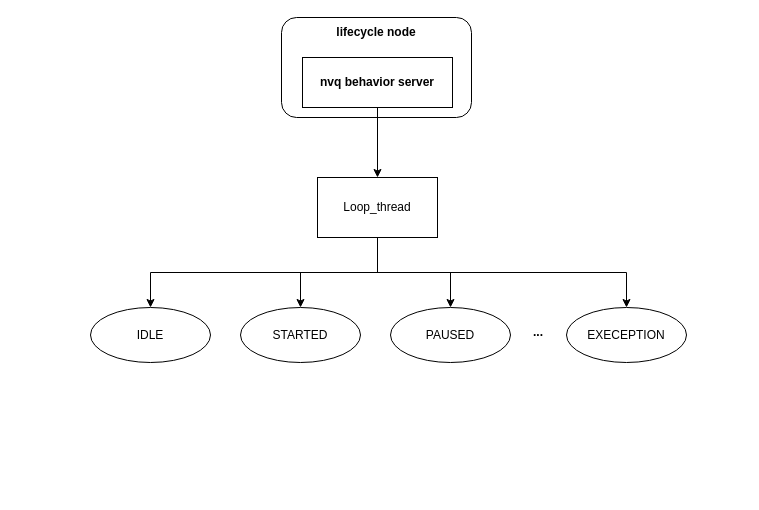
Jev0987/drawioFile keeps this draw.io diagram as page "第 3 页" (3 of 3) of nvq_task_manager架构图.drawio. Above is the earlier version. Source tidied: cells renumbered, new cells numbered last; positions are measured from the earlier drawing's top-left corner, leaving out a move shared by most shapes. Both pictures are drawn from the tidied source at 100%, with x=0, y=0 at pixel (90, 17).
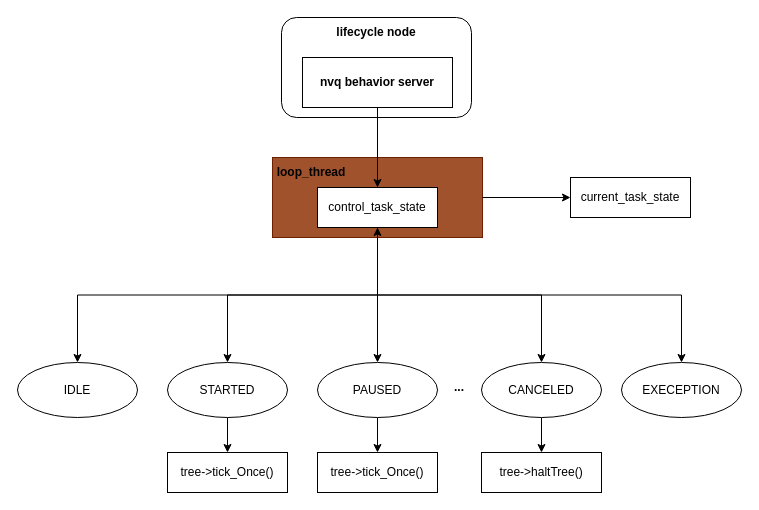
The same page after the edit.

The change refers to these unchanged cells:
```xml
<mxCell id="4" value="&lt;b&gt;nvq behavior server&lt;/b&gt;" style="whiteSpace=wrap;html=1;" parent="1" vertex="1">
  <mxGeometry x="212" y="40" width="150" height="50" as="geometry" />
</mxCell>
```

Diff of the diagram source:
```diff
@@
+    <mxCell id="10" style="whiteSpace=wrap;html=1;fillColor=#a0522d;strokeColor=#6D1F00;fontColor=#ffffff;" parent="1" vertex="1">
+      <mxGeometry x="182" y="140" width="210" height="80" as="geometry" />
+    </mxCell>
@@
-    <mxCell id="3" style="edgeStyle=orthogonalEdgeStyle;rounded=0;jettySize=auto;html=1;" parent="1" edge="1" source="4" target="10">
-      <mxGeometry relative="1" as="geometry" />
-    </mxCell>
+    <mxCell id="16" style="edgeStyle=orthogonalEdgeStyle;rounded=0;jettySize=auto;html=1;exitX=0.5;exitY=1;exitDx=0;exitDy=0;entryX=0.5;entryY=0;entryDx=0;entryDy=0;" parent="1" edge="1" source="4" target="22">
+      <mxGeometry relative="1" as="geometry" />
+    </mxCell>
@@
-    <mxCell id="6" style="edgeStyle=orthogonalEdgeStyle;rounded=0;jettySize=auto;html=1;exitX=0.5;exitY=1;exitDx=0;exitDy=0;entryX=0.5;entryY=0;entryDx=0;entryDy=0;" parent="1" edge="1" source="10" target="11">
+    <mxCell id="6" style="edgeStyle=orthogonalEdgeStyle;rounded=0;jettySize=auto;html=1;exitX=0.5;exitY=1;exitDx=0;exitDy=0;entryX=0.5;entryY=0;entryDx=0;entryDy=0;startArrow=classic;startFill=1;" parent="1" edge="1" source="22" target="11">
       <mxGeometry relative="1" as="geometry" />
     </mxCell>
-    <mxCell id="7" style="edgeStyle=orthogonalEdgeStyle;rounded=0;jettySize=auto;html=1;exitX=0.5;exitY=1;exitDx=0;exitDy=0;entryX=0.5;entryY=0;entryDx=0;entryDy=0;" parent="1" edge="1" source="10" target="12">
+    <mxCell id="7" style="edgeStyle=orthogonalEdgeStyle;rounded=0;jettySize=auto;html=1;exitX=0.5;exitY=1;exitDx=0;exitDy=0;entryX=0.5;entryY=0;entryDx=0;entryDy=0;" parent="1" edge="1" source="22" target="12">
       <mxGeometry relative="1" as="geometry" />
     </mxCell>
-    <mxCell id="8" style="edgeStyle=orthogonalEdgeStyle;rounded=0;jettySize=auto;html=1;exitX=0.5;exitY=1;exitDx=0;exitDy=0;entryX=0.5;entryY=0;entryDx=0;entryDy=0;" parent="1" edge="1" source="10" target="13">
+    <mxCell id="8" style="edgeStyle=orthogonalEdgeStyle;rounded=0;jettySize=auto;html=1;exitX=0.5;exitY=1;exitDx=0;exitDy=0;entryX=0.5;entryY=0;entryDx=0;entryDy=0;" parent="1" edge="1" source="22" target="13">
       <mxGeometry relative="1" as="geometry" />
     </mxCell>
-    <mxCell id="9" style="edgeStyle=orthogonalEdgeStyle;rounded=0;jettySize=auto;html=1;exitX=0.5;exitY=1;exitDx=0;exitDy=0;entryX=0.5;entryY=0;entryDx=0;entryDy=0;" parent="1" edge="1" source="10" target="14">
+    <mxCell id="9" style="edgeStyle=orthogonalEdgeStyle;rounded=0;jettySize=auto;html=1;exitX=0.5;exitY=1;exitDx=0;exitDy=0;entryX=0.5;entryY=0;entryDx=0;entryDy=0;" parent="1" edge="1" source="22" target="14">
       <mxGeometry relative="1" as="geometry" />
     </mxCell>
-    <mxCell id="10" value="Loop_thread" style="whiteSpace=wrap;html=1;" parent="1" vertex="1">
-      <mxGeometry x="227" y="160" width="120" height="60" as="geometry" />
-    </mxCell>
+    <mxCell id="17" style="edgeStyle=orthogonalEdgeStyle;rounded=0;jettySize=auto;html=1;exitX=1;exitY=0.5;exitDx=0;exitDy=0;entryX=0;entryY=0.5;entryDx=0;entryDy=0;" parent="1" edge="1" source="10" target="21">
+      <mxGeometry relative="1" as="geometry" />
+    </mxCell>
+    <mxCell id="18" style="edgeStyle=orthogonalEdgeStyle;rounded=0;jettySize=auto;html=1;exitX=0.5;exitY=1;exitDx=0;exitDy=0;entryX=0.5;entryY=0;entryDx=0;entryDy=0;" parent="1" edge="1" source="22" target="25">
+      <mxGeometry relative="1" as="geometry" />
+    </mxCell>
     <mxCell id="11" value="IDLE" style="ellipse;whiteSpace=wrap;html=1;" parent="1" vertex="1">
-      <mxGeometry y="290" width="120" height="55" as="geometry" />
+      <mxGeometry x="-73" y="345" width="120" height="55" as="geometry" />
     </mxCell>
+    <mxCell id="19" style="edgeStyle=orthogonalEdgeStyle;rounded=0;jettySize=auto;html=1;" parent="1" edge="1" source="12" target="23">
+      <mxGeometry relative="1" as="geometry" />
+    </mxCell>
     <mxCell id="12" value="STARTED" style="ellipse;whiteSpace=wrap;html=1;" parent="1" vertex="1">
-      <mxGeometry x="150" y="290" width="120" height="55" as="geometry" />
+      <mxGeometry x="77" y="345" width="120" height="55" as="geometry" />
     </mxCell>
+    <mxCell id="20" style="edgeStyle=orthogonalEdgeStyle;rounded=0;jettySize=auto;html=1;" parent="1" edge="1" source="13" target="26">
+      <mxGeometry relative="1" as="geometry" />
+    </mxCell>
     <mxCell id="13" value="PAUSED" style="ellipse;whiteSpace=wrap;html=1;" parent="1" vertex="1">
-      <mxGeometry x="300" y="290" width="120" height="55" as="geometry" />
+      <mxGeometry x="227" y="345" width="120" height="55" as="geometry" />
     </mxCell>
     <mxCell id="14" value="EXECEPTION" style="ellipse;whiteSpace=wrap;html=1;" parent="1" vertex="1">
-      <mxGeometry x="476" y="290" width="120" height="55" as="geometry" />
+      <mxGeometry x="531" y="345" width="120" height="55" as="geometry" />
     </mxCell>
     <mxCell id="15" value="&lt;b&gt;...&lt;/b&gt;" style="text;html=1;whiteSpace=wrap;strokeColor=none;fillColor=none;align=center;verticalAlign=middle;rounded=0;" parent="1" vertex="1">
-      <mxGeometry x="418" y="300" width="60" height="30" as="geometry" />
+      <mxGeometry x="339" y="355" width="60" height="30" as="geometry" />
     </mxCell>
+    <mxCell id="21" value="current_task_state" style="whiteSpace=wrap;html=1;" parent="1" vertex="1">
+      <mxGeometry x="480" y="160" width="120" height="40" as="geometry" />
+    </mxCell>
+    <mxCell id="22" value="control_task_state" style="whiteSpace=wrap;html=1;" parent="1" vertex="1">
+      <mxGeometry x="227" y="170" width="120" height="40" as="geometry" />
+    </mxCell>
+    <mxCell id="23" value="tree-&amp;gt;tick_Once()" style="rounded=0;whiteSpace=wrap;html=1;" parent="1" vertex="1">
+      <mxGeometry x="77" y="435" width="120" height="40" as="geometry" />
+    </mxCell>
+    <mxCell id="24" style="edgeStyle=orthogonalEdgeStyle;rounded=0;jettySize=auto;html=1;" parent="1" edge="1" source="25" target="27">
+      <mxGeometry relative="1" as="geometry" />
+    </mxCell>
+    <mxCell id="25" value="CANCELED" style="ellipse;whiteSpace=wrap;html=1;" parent="1" vertex="1">
+      <mxGeometry x="391" y="345" width="120" height="55" as="geometry" />
+    </mxCell>
+    <mxCell id="26" value="tree-&amp;gt;tick_Once()" style="rounded=0;whiteSpace=wrap;html=1;" parent="1" vertex="1">
+      <mxGeometry x="227" y="435" width="120" height="40" as="geometry" />
+    </mxCell>
+    <mxCell id="27" value="tree-&amp;gt;haltTree()" style="rounded=0;whiteSpace=wrap;html=1;" parent="1" vertex="1">
+      <mxGeometry x="391" y="435" width="120" height="40" as="geometry" />
+    </mxCell>
+    <mxCell id="28" value="&lt;b&gt;loop_thread&lt;/b&gt;" style="text;html=1;whiteSpace=wrap;strokeColor=none;fillColor=none;align=center;verticalAlign=middle;rounded=0;" parent="1" vertex="1">
+      <mxGeometry x="191" y="140" width="60" height="30" as="geometry" />
+    </mxCell>
```
